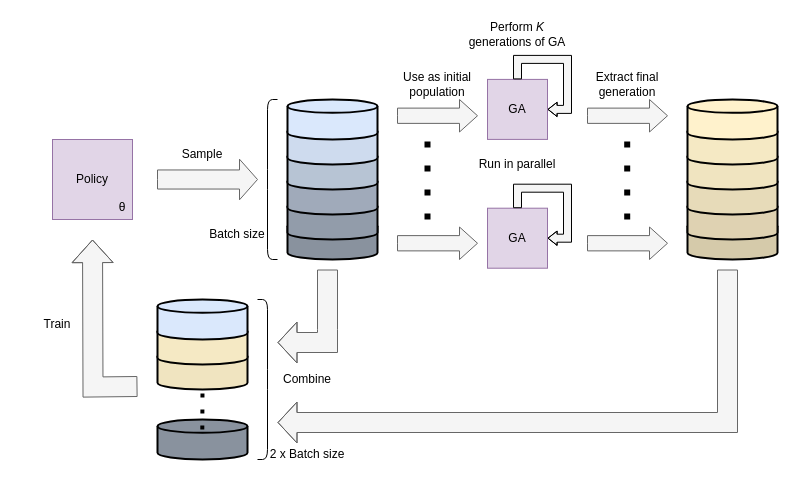
This is EAM流程图.drawio from Tarseus/drawio, a draw.io file, before an edit. Source tidied: cells renumbered, new cells numbered last; positions are measured from the earlier drawing's top-left corner, leaving out a move shared by most shapes. Both pictures are drawn from the tidied source at 100%, with x=0, y=0 at pixel (17, 19).
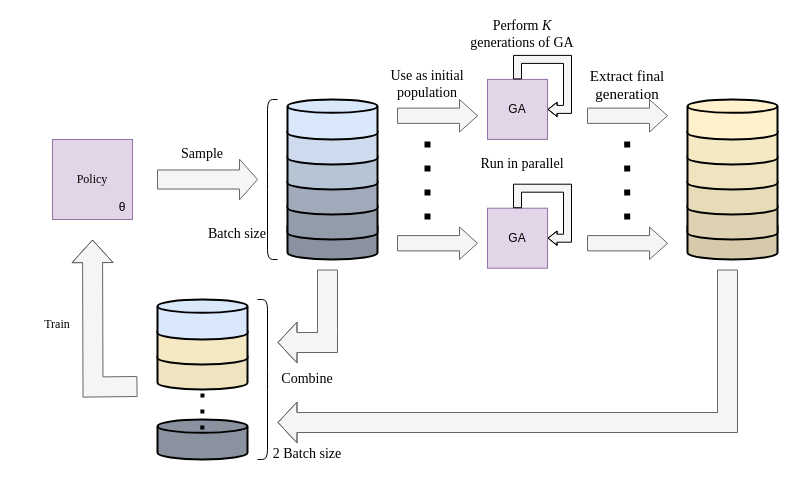
The same diagram, later.

Commit message:
更新EAM流程图.drawio

Unchanged cells that the change refers to:
```xml
<mxCell id="5" style="group;" parent="1" vertex="1">
  <mxGeometry x="35" y="120" width="80" height="80" as="geometry" />
</mxCell>
```

Change to the diagram source:
```diff
@@
-    <mxCell id="6" value="Policy" style="rounded=0;whiteSpace=wrap;html=1;fillColor=#e1d5e7;strokeColor=#9673a6;direction=south;" parent="5" vertex="1">
+    <mxCell id="6" value="&lt;font face=&quot;Times New Roman&quot;&gt;Policy&lt;/font&gt;" style="rounded=0;whiteSpace=wrap;html=1;fillColor=#e1d5e7;strokeColor=#9673a6;direction=south;" parent="5" vertex="1">
       <mxGeometry width="80" height="80" as="geometry" />
     </mxCell>
@@
-    <mxCell id="17" value="Sample" style="text;html=1;align=center;verticalAlign=middle;whiteSpace=wrap;rounded=0;" parent="1" vertex="1">
+    <mxCell id="17" value="Sample" style="text;html=1;align=center;verticalAlign=middle;whiteSpace=wrap;rounded=0;fontFamily=Times New Roman;fontSize=14;" parent="1" vertex="1">
       <mxGeometry x="155" y="120" width="60" height="30" as="geometry" />
     </mxCell>
@@
-    <mxCell id="19" value="Batch size" style="text;html=1;align=center;verticalAlign=middle;whiteSpace=wrap;rounded=0;" parent="1" vertex="1">
+    <mxCell id="19" value="Batch size" style="text;html=1;align=center;verticalAlign=middle;whiteSpace=wrap;rounded=0;fontFamily=Times New Roman;fontSize=14;" parent="1" vertex="1">
       <mxGeometry x="190" y="200" width="60" height="30" as="geometry" />
     </mxCell>
@@
-    <mxCell id="22" value="Use as initial population" style="text;html=1;align=center;verticalAlign=middle;whiteSpace=wrap;rounded=0;" parent="1" vertex="1">
-      <mxGeometry x="380" y="50" width="80" height="30" as="geometry" />
+    <mxCell id="22" value="Use as initial population" style="text;html=1;align=center;verticalAlign=middle;whiteSpace=wrap;rounded=0;fontSize=14;fontFamily=Times New Roman;" parent="1" vertex="1">
+      <mxGeometry x="370" y="50" width="80" height="30" as="geometry" />
     </mxCell>
-    <mxCell id="23" value="Run in parallel" style="text;html=1;align=center;verticalAlign=middle;whiteSpace=wrap;rounded=0;" parent="1" vertex="1">
-      <mxGeometry x="460" y="130" width="80" height="30" as="geometry" />
+    <mxCell id="23" value="Run in parallel" style="text;html=1;align=center;verticalAlign=middle;whiteSpace=wrap;rounded=0;fontSize=14;fontFamily=Times New Roman;" parent="1" vertex="1">
+      <mxGeometry x="460" y="130" width="90" height="30" as="geometry" />
     </mxCell>
-    <mxCell id="24" value="Perform &lt;i&gt;K&lt;/i&gt; generations of GA" style="text;html=1;align=center;verticalAlign=middle;whiteSpace=wrap;rounded=0;" parent="1" vertex="1">
-      <mxGeometry x="450" width="100" height="30" as="geometry" />
+    <mxCell id="24" value="Perform &lt;i&gt;K&lt;/i&gt; generations of GA" style="text;html=1;align=center;verticalAlign=middle;whiteSpace=wrap;rounded=0;fontSize=14;fontFamily=Times New Roman;" parent="1" vertex="1">
+      <mxGeometry x="450" width="110" height="30" as="geometry" />
     </mxCell>
-    <mxCell id="25" value="Extract final generation" style="text;html=1;align=center;verticalAlign=middle;whiteSpace=wrap;rounded=0;" parent="1" vertex="1">
+    <mxCell id="25" value="Extract final generation" style="text;html=1;align=center;verticalAlign=middle;whiteSpace=wrap;rounded=0;fontSize=15;fontFamily=Times New Roman;" parent="1" vertex="1">
       <mxGeometry x="570" y="50" width="80" height="30" as="geometry" />
     </mxCell>
-    <mxCell id="26" value="Combine" style="text;html=1;align=center;verticalAlign=middle;whiteSpace=wrap;rounded=0;" parent="1" vertex="1">
+    <mxCell id="26" value="Combine" style="text;html=1;align=center;verticalAlign=middle;whiteSpace=wrap;rounded=0;fontFamily=Times New Roman;fontSize=14;" parent="1" vertex="1">
       <mxGeometry x="250" y="345" width="80" height="30" as="geometry" />
     </mxCell>
-    <mxCell id="27" value="Train" style="text;html=1;align=center;verticalAlign=middle;whiteSpace=wrap;rounded=0;" parent="1" vertex="1">
+    <mxCell id="27" value="Train" style="text;html=1;align=center;verticalAlign=middle;whiteSpace=wrap;rounded=0;fontFamily=Times New Roman;" parent="1" vertex="1">
       <mxGeometry y="290" width="80" height="30" as="geometry" />
     </mxCell>
@@
-    <mxCell id="34" value="2 x Batch size" style="text;html=1;align=center;verticalAlign=middle;whiteSpace=wrap;rounded=0;" parent="1" vertex="1">
+    <mxCell id="34" value="2 Batch size" style="text;html=1;align=center;verticalAlign=middle;whiteSpace=wrap;rounded=0;fontFamily=Times New Roman;fontSize=14;" parent="1" vertex="1">
       <mxGeometry x="250" y="420" width="80" height="30" as="geometry" />
     </mxCell>
```
